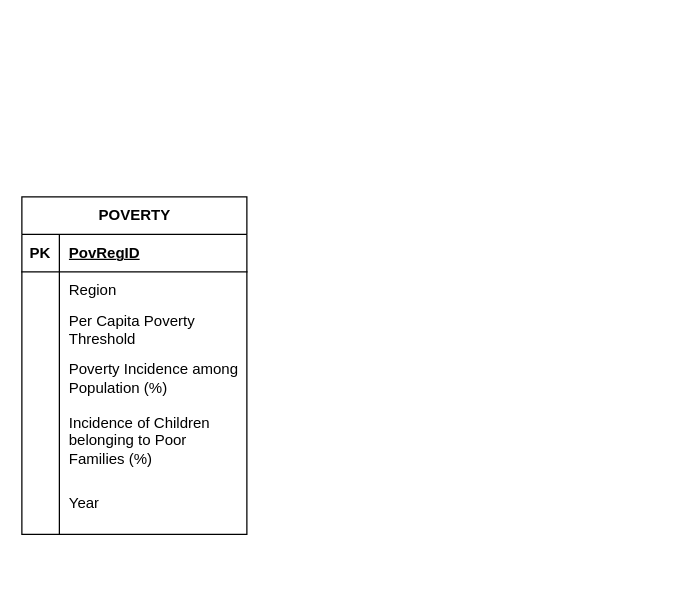
Above: page "NRM" (3 of 3) of DECapstone diagrams.drawio in vinsanity2022/SPARTACapstone (draw.io), before the change. Source tidied: cells renumbered, new cells numbered last; positions are measured from the earlier drawing's top-left corner, leaving out a move shared by most shapes. Both pictures are drawn from the tidied source at 125%, with x=0, y=0 at pixel (21, 196).
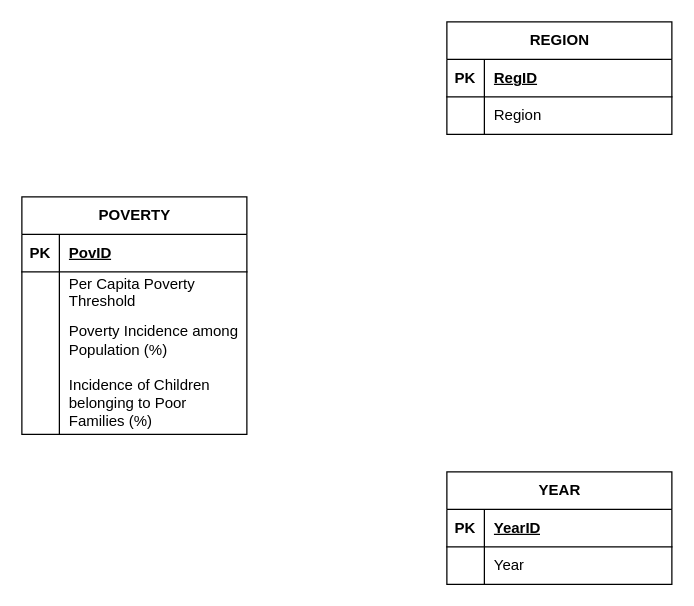
The same diagram, later.

Unchanged cells that the change refers to:
```xml
<mxCell id="3" style="shape=tableRow;horizontal=0;startSize=0;swimlaneHead=0;swimlaneBody=0;fillColor=none;top=0;left=0;right=0;bottom=1;" parent="2" vertex="1">
  <mxGeometry y="30" width="180" height="30" as="geometry" />
</mxCell>
```

The edit, as a diff of the source:
```diff
@@
     <mxCell id="2" value="POVERTY" style="shape=table;startSize=30;childLayout=tableLayout;rowLines=0;fontStyle=1;align=center;html=1;" parent="1" vertex="1">
-      <mxGeometry width="180" height="270" as="geometry" />
+      <mxGeometry width="180" height="190" as="geometry" />
     </mxCell>
@@
-    <mxCell id="5" value="PovRegID" style="shape=partialRectangle;fillColor=none;top=0;left=0;bottom=0;right=0;align=left;spacingLeft=6;fontStyle=5;overflow=hidden;whiteSpace=wrap;html=1;" parent="3" vertex="1">
+    <mxCell id="5" value="PovID" style="shape=partialRectangle;fillColor=none;top=0;left=0;bottom=0;right=0;align=left;spacingLeft=6;fontStyle=5;overflow=hidden;whiteSpace=wrap;html=1;" parent="3" vertex="1">
       <mxGeometry x="30" width="150" height="30" as="geometry" />
     </mxCell>
-    <mxCell id="6" style="shape=tableRow;horizontal=0;startSize=0;swimlaneHead=0;swimlaneBody=0;fillColor=none;top=0;left=0;right=0;bottom=0;" parent="2" vertex="1">
-      <mxGeometry y="60" width="180" height="30" as="geometry" />
-    </mxCell>
-    <mxCell id="7" style="shape=partialRectangle;fillColor=none;top=0;left=0;bottom=0;right=0;overflow=hidden;whiteSpace=wrap;html=1;" parent="6" vertex="1">
-      <mxGeometry width="30" height="30" as="geometry" />
-    </mxCell>
-    <mxCell id="8" value="Region" style="shape=partialRectangle;fillColor=none;top=0;left=0;bottom=0;right=0;align=left;spacingLeft=6;overflow=hidden;whiteSpace=wrap;html=1;" parent="6" vertex="1">
-      <mxGeometry x="30" width="150" height="30" as="geometry" />
-    </mxCell>
     <mxCell id="9" style="shape=tableRow;horizontal=0;startSize=0;swimlaneHead=0;swimlaneBody=0;fillColor=none;top=0;left=0;right=0;bottom=0;" parent="2" vertex="1">
-      <mxGeometry y="90" width="180" height="30" as="geometry" />
+      <mxGeometry y="60" width="180" height="30" as="geometry" />
     </mxCell>
@@
     <mxCell id="12" style="shape=tableRow;horizontal=0;startSize=0;swimlaneHead=0;swimlaneBody=0;fillColor=none;top=0;left=0;right=0;bottom=0;" parent="2" vertex="1">
-      <mxGeometry y="120" width="180" height="50" as="geometry" />
+      <mxGeometry y="90" width="180" height="50" as="geometry" />
     </mxCell>
@@
     <mxCell id="15" style="shape=tableRow;horizontal=0;startSize=0;swimlaneHead=0;swimlaneBody=0;fillColor=none;top=0;left=0;right=0;bottom=0;" parent="2" vertex="1">
-      <mxGeometry y="170" width="180" height="50" as="geometry" />
+      <mxGeometry y="140" width="180" height="50" as="geometry" />
     </mxCell>
@@
-    <mxCell id="18" style="shape=tableRow;horizontal=0;startSize=0;swimlaneHead=0;swimlaneBody=0;fillColor=none;top=0;left=0;right=0;bottom=0;" parent="2" vertex="1">
-      <mxGeometry y="220" width="180" height="50" as="geometry" />
-    </mxCell>
-    <mxCell id="19" style="shape=partialRectangle;fillColor=none;top=0;left=0;bottom=0;right=0;overflow=hidden;whiteSpace=wrap;html=1;" parent="18" vertex="1">
-      <mxGeometry width="30" height="50" as="geometry" />
-    </mxCell>
+    <mxCell id="21" value="YEAR" style="shape=table;startSize=30;childLayout=tableLayout;rowLines=0;fontStyle=1;align=center;html=1;" parent="1" vertex="1">
+      <mxGeometry x="340" y="220" width="180" height="90" as="geometry" />
+    </mxCell>
+    <mxCell id="22" style="shape=tableRow;horizontal=0;startSize=0;swimlaneHead=0;swimlaneBody=0;fillColor=none;top=0;left=0;right=0;bottom=1;" parent="21" vertex="1">
+      <mxGeometry y="30" width="180" height="30" as="geometry" />
+    </mxCell>
+    <mxCell id="23" value="PK" style="shape=partialRectangle;fillColor=none;top=0;left=0;bottom=0;right=0;fontStyle=1;overflow=hidden;whiteSpace=wrap;html=1;" parent="22" vertex="1">
+      <mxGeometry width="30" height="30" as="geometry" />
+    </mxCell>
+    <mxCell id="24" value="YearID" style="shape=partialRectangle;fillColor=none;top=0;left=0;bottom=0;right=0;align=left;spacingLeft=6;fontStyle=5;overflow=hidden;whiteSpace=wrap;html=1;" parent="22" vertex="1">
+      <mxGeometry x="30" width="150" height="30" as="geometry" />
+    </mxCell>
+    <mxCell id="25" style="shape=tableRow;horizontal=0;startSize=0;swimlaneHead=0;swimlaneBody=0;fillColor=none;top=0;left=0;right=0;bottom=0;" parent="21" vertex="1">
+      <mxGeometry y="60" width="180" height="30" as="geometry" />
+    </mxCell>
+    <mxCell id="26" style="shape=partialRectangle;fillColor=none;top=0;left=0;bottom=0;right=0;overflow=hidden;whiteSpace=wrap;html=1;" parent="25" vertex="1">
+      <mxGeometry width="30" height="30" as="geometry" />
+    </mxCell>
-    <mxCell id="20" value="Year" style="shape=partialRectangle;fillColor=none;top=0;left=0;bottom=0;right=0;align=left;spacingLeft=6;overflow=hidden;whiteSpace=wrap;html=1;" parent="18" vertex="1">
-      <mxGeometry x="30" width="150" height="50" as="geometry" />
+    <mxCell id="20" value="Year" style="shape=partialRectangle;fillColor=none;top=0;left=0;bottom=0;right=0;align=left;spacingLeft=6;overflow=hidden;whiteSpace=wrap;html=1;" parent="25" vertex="1">
+      <mxGeometry x="30" width="150" height="30" as="geometry" />
     </mxCell>
+    <mxCell id="27" value="REGION" style="shape=table;startSize=30;childLayout=tableLayout;rowLines=0;fontStyle=1;align=center;html=1;" parent="1" vertex="1">
+      <mxGeometry x="340" y="-140" width="180" height="90" as="geometry" />
+    </mxCell>
+    <mxCell id="28" style="shape=tableRow;horizontal=0;startSize=0;swimlaneHead=0;swimlaneBody=0;fillColor=none;top=0;left=0;right=0;bottom=1;" parent="27" vertex="1">
+      <mxGeometry y="30" width="180" height="30" as="geometry" />
+    </mxCell>
+    <mxCell id="29" value="PK" style="shape=partialRectangle;fillColor=none;top=0;left=0;bottom=0;right=0;fontStyle=1;overflow=hidden;whiteSpace=wrap;html=1;" parent="28" vertex="1">
+      <mxGeometry width="30" height="30" as="geometry" />
+    </mxCell>
+    <mxCell id="30" value="RegID" style="shape=partialRectangle;fillColor=none;top=0;left=0;bottom=0;right=0;align=left;spacingLeft=6;fontStyle=5;overflow=hidden;whiteSpace=wrap;html=1;" parent="28" vertex="1">
+      <mxGeometry x="30" width="150" height="30" as="geometry" />
+    </mxCell>
+    <mxCell id="31" style="shape=tableRow;horizontal=0;startSize=0;swimlaneHead=0;swimlaneBody=0;fillColor=none;top=0;left=0;right=0;bottom=0;" parent="27" vertex="1">
+      <mxGeometry y="60" width="180" height="30" as="geometry" />
+    </mxCell>
+    <mxCell id="32" style="shape=partialRectangle;fillColor=none;top=0;left=0;bottom=0;right=0;overflow=hidden;whiteSpace=wrap;html=1;" parent="31" vertex="1">
+      <mxGeometry width="30" height="30" as="geometry" />
+    </mxCell>
+    <mxCell id="8" value="Region" style="shape=partialRectangle;fillColor=none;top=0;left=0;bottom=0;right=0;align=left;spacingLeft=6;overflow=hidden;whiteSpace=wrap;html=1;" parent="31" vertex="1">
+      <mxGeometry x="30" width="150" height="30" as="geometry" />
+    </mxCell>
```
